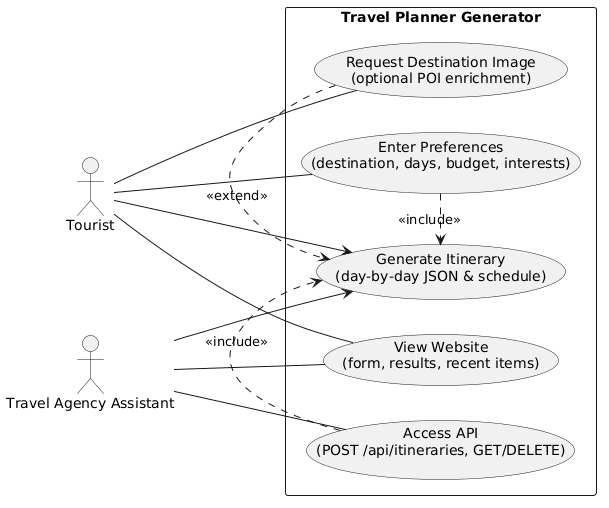
EasonYang0618/travel-planner-generator keeps this PlantUML diagram as Task1/artifacts/uml/use_case_diagram.png. Above is the earlier version.
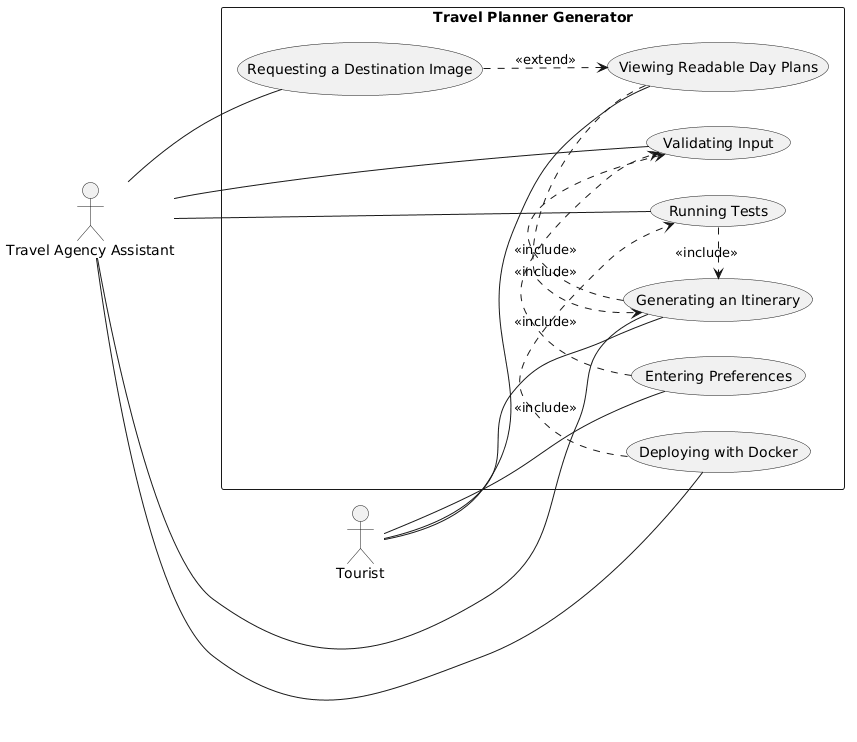
The same file after the commit.

The edit, as a diff of the source:
```diff
@@ -5,24 +5,30 @@
 actor Tourist
 actor "Travel Agency Assistant" as Assistant
 
-package "Travel Planner Generator" {
-  usecase "Enter Preferences\n(destination, days, budget, interests)" as EnterPrefs
-  usecase "Generate Itinerary\n(day-by-day JSON & schedule)" as GenerateItin
-  usecase "View Website\n(form, results, recent items)" as ViewWebsite
-  usecase "Request Destination Image\n(optional POI enrichment)" as ReqImage
-  usecase "Access API\n(POST /api/itineraries, GET/DELETE)" as AccessAPI
+rectangle "Travel Planner Generator" {
+  usecase "Entering Preferences" as UC_Enter
+  usecase "Validating Input" as UC_Validate
+  usecase "Generating an Itinerary" as UC_Generate
+  usecase "Viewing Readable Day Plans" as UC_View
+  usecase "Requesting a Destination Image" as UC_Image
+  usecase "Running Tests" as UC_Tests
+  usecase "Deploying with Docker" as UC_Docker
 }
 
-Tourist -- ViewWebsite
-Tourist -- EnterPrefs
-Tourist --> GenerateItin
-Tourist -- ReqImage
+Tourist -- UC_Enter
+Tourist -- UC_Generate
+Tourist -- UC_View
 
-Assistant -- AccessAPI
-Assistant -- ViewWebsite
-Assistant --> GenerateItin
+Assistant -- UC_Validate
+Assistant -- UC_Image
+Assistant -- UC_Tests
+Assistant -- UC_Docker
+Assistant -- UC_Generate
 
-EnterPrefs .> GenerateItin : <<include>>
-AccessAPI .> GenerateItin : <<include>>
-ReqImage .> GenerateItin : <<extend>>
+UC_Enter .> UC_Validate : <<include>>
+UC_Generate .> UC_Validate : <<include>>
+UC_View .> UC_Generate : <<include>>
+UC_Image ..> UC_View : <<extend>>
+UC_Tests .> UC_Generate : <<include>>
+UC_Docker .> UC_Tests : <<include>>
 @enduml
```
